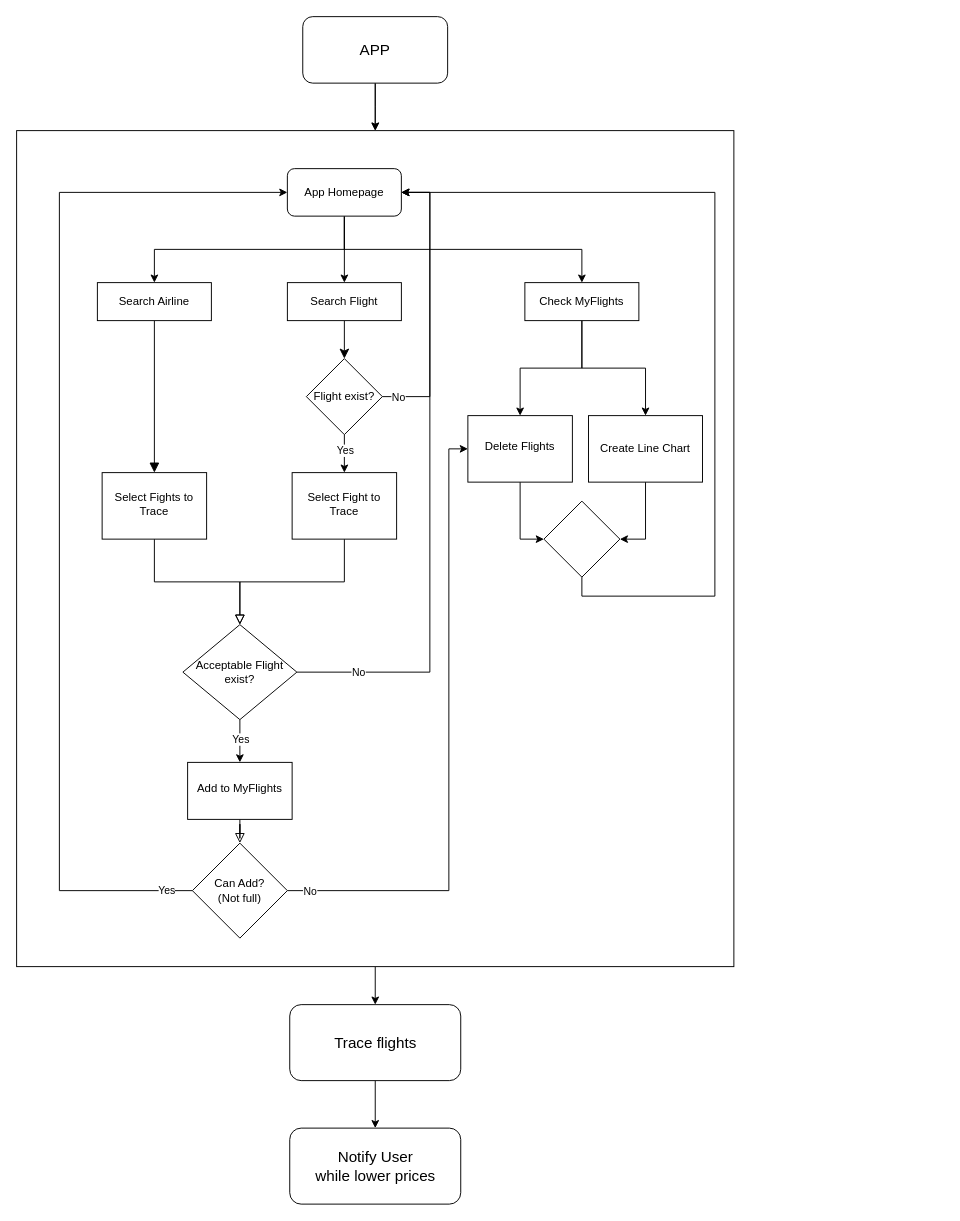
CY-Marowak/FlightTicketProject keeps this draw.io diagram as FlightTicket_flow.drawio. Above is the earlier version. Source tidied: cells renumbered, new cells numbered last; positions are measured from the earlier drawing's top-left corner, leaving out a move shared by most shapes. Both pictures are drawn from the tidied source at 95%, with x=0, y=0 at pixel (16, 16).
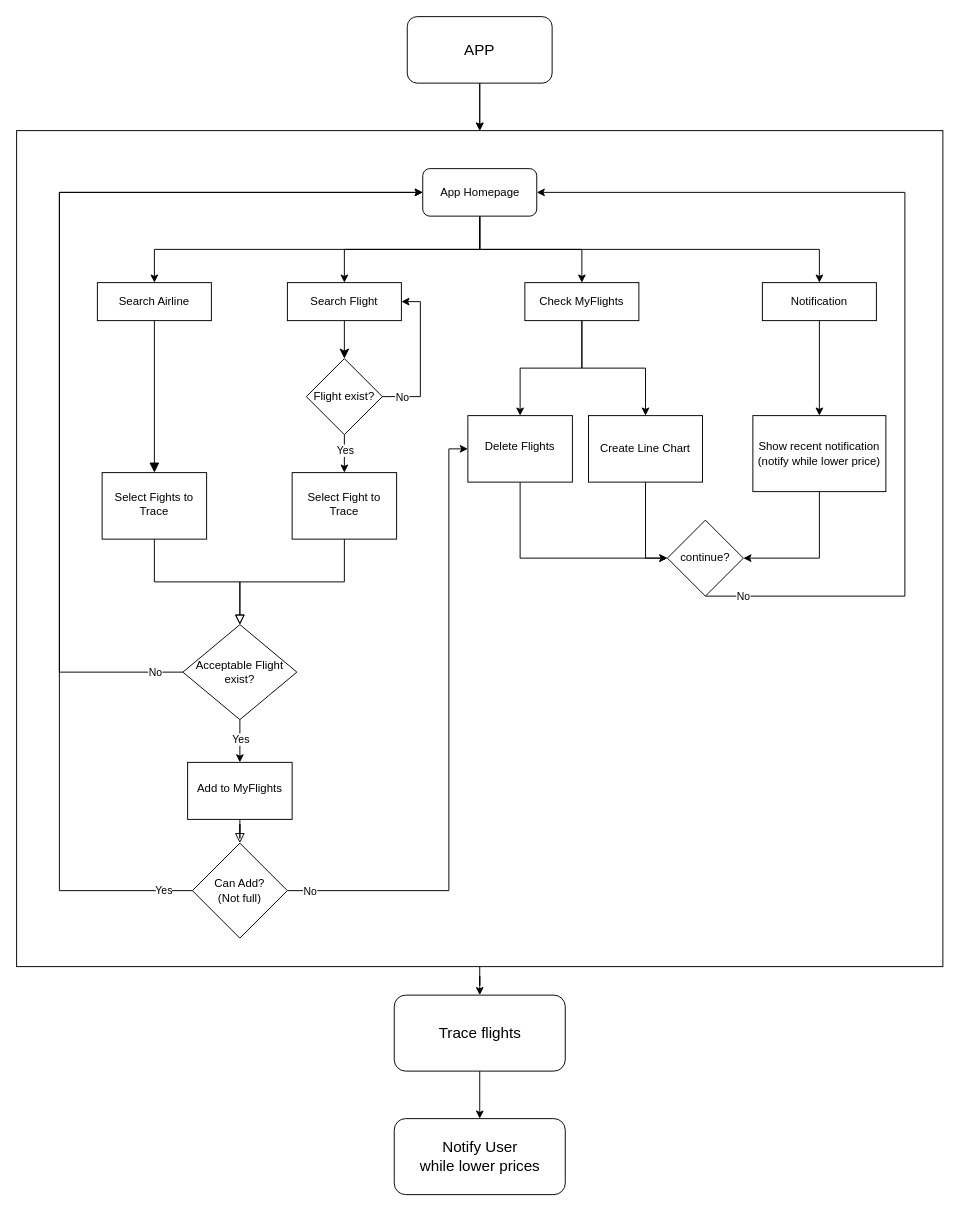
The same page after the edit.

The change refers to these unchanged cells:
```xml
<mxCell id="13" value="Search Flight" style="rounded=0;whiteSpace=wrap;html=1;fontSize=12;glass=0;strokeWidth=1;shadow=0;" parent="1" vertex="1">
  <mxGeometry x="285" y="280" width="120" height="40" as="geometry" />
</mxCell>
<mxCell id="24" value="Flight exist?" style="rhombus;whiteSpace=wrap;html=1;" parent="1" vertex="1">
  <mxGeometry x="305" y="360" width="80" height="80" as="geometry" />
</mxCell>
<mxCell id="29" value="Acceptable Flight exist?" style="rhombus;whiteSpace=wrap;html=1;" parent="1" vertex="1">
  <mxGeometry x="175" y="640" width="120" height="100" as="geometry" />
</mxCell>
<mxCell id="45" value="Create Line Chart" style="rounded=0;whiteSpace=wrap;html=1;" parent="1" vertex="1">
  <mxGeometry x="602" y="420" width="120" height="70" as="geometry" />
</mxCell>
```

Diff of the diagram source:
```diff
@@
     <mxCell id="3" style="rounded=0;whiteSpace=wrap;html=1;" parent="1" vertex="1">
-      <mxGeometry y="120" width="755" height="880" as="geometry" />
+      <mxGeometry y="120" width="975" height="880" as="geometry" />
     </mxCell>
@@
     <mxCell id="11" value="&lt;font style=&quot;font-size: 16px;&quot;&gt;Trace flights&lt;/font&gt;" style="rounded=1;whiteSpace=wrap;html=1;fontSize=12;glass=0;strokeWidth=1;shadow=0;" parent="1" vertex="1">
-      <mxGeometry x="287.5" y="1040" width="180" height="80" as="geometry" />
+      <mxGeometry x="397.5" y="1030" width="180" height="80" as="geometry" />
     </mxCell>
@@
+    <mxCell id="48" style="edgeStyle=orthogonalEdgeStyle;rounded=0;jettySize=auto;html=1;exitX=0.5;exitY=1;exitDx=0;exitDy=0;entryX=0.5;entryY=0;entryDx=0;entryDy=0;" parent="1" edge="1" source="19" target="54">
+      <mxGeometry relative="1" as="geometry" />
+    </mxCell>
     <mxCell id="19" value="App Homepage" style="rounded=1;whiteSpace=wrap;html=1;fontSize=12;glass=0;strokeWidth=1;shadow=0;" parent="1" vertex="1">
-      <mxGeometry x="285" y="160" width="120" height="50" as="geometry" />
+      <mxGeometry x="427.5" y="160" width="120" height="50" as="geometry" />
     </mxCell>
@@
-    <mxCell id="22" style="edgeStyle=orthogonalEdgeStyle;rounded=0;jettySize=auto;html=1;exitX=1;exitY=0.5;exitDx=0;exitDy=0;entryX=1;entryY=0.5;entryDx=0;entryDy=0;" parent="1" edge="1" source="24" target="19">
-      <mxGeometry relative="1" as="geometry">
-        <Array as="points">
-          <mxPoint x="435" y="400" />
-          <mxPoint x="435" y="185" />
-        </Array>
-      </mxGeometry>
-    </mxCell>
-    <mxCell id="23" value="No" style="edgeLabel;html=1;align=center;verticalAlign=middle;" parent="22" vertex="1">
-      <mxGeometry x="-0.89" relative="1" as="geometry" />
-    </mxCell>
+    <mxCell id="49" style="edgeStyle=orthogonalEdgeStyle;rounded=0;jettySize=auto;html=1;exitX=1;exitY=0.5;exitDx=0;exitDy=0;entryX=1;entryY=0.5;entryDx=0;entryDy=0;" parent="1" edge="1" source="24" target="13">
+      <mxGeometry relative="1" as="geometry">
+        <Array as="points">
+          <mxPoint x="425" y="400" />
+          <mxPoint x="425" y="300" />
+        </Array>
+      </mxGeometry>
+    </mxCell>
+    <mxCell id="50" value="No" style="edgeLabel;html=1;align=center;verticalAlign=middle;" parent="49" vertex="1">
+      <mxGeometry x="-0.77" y="-1" relative="1" as="geometry">
+        <mxPoint x="2" y="-1" as="offset" />
+      </mxGeometry>
+    </mxCell>
@@
-    <mxCell id="25" style="edgeStyle=orthogonalEdgeStyle;rounded=0;jettySize=auto;html=1;exitX=1;exitY=0.5;exitDx=0;exitDy=0;entryX=1;entryY=0.5;entryDx=0;entryDy=0;" parent="1" edge="1" source="29" target="19">
-      <mxGeometry relative="1" as="geometry">
-        <Array as="points">
-          <mxPoint x="435" y="690" />
-          <mxPoint x="435" y="185" />
-        </Array>
-      </mxGeometry>
-    </mxCell>
-    <mxCell id="26" value="No" style="edgeLabel;html=1;align=center;verticalAlign=middle;" parent="25" vertex="1">
-      <mxGeometry x="-0.86" y="1" relative="1" as="geometry">
-        <mxPoint x="17" y="1" as="offset" />
-      </mxGeometry>
-    </mxCell>
@@
+    <mxCell id="25" style="edgeStyle=orthogonalEdgeStyle;rounded=0;jettySize=auto;html=1;exitX=0;exitY=0.5;exitDx=0;exitDy=0;entryX=0;entryY=0.5;entryDx=0;entryDy=0;" parent="1" edge="1" source="29" target="19">
+      <mxGeometry relative="1" as="geometry">
+        <Array as="points">
+          <mxPoint x="45" y="690" />
+          <mxPoint x="45" y="185" />
+        </Array>
+      </mxGeometry>
+    </mxCell>
+    <mxCell id="51" value="No" style="edgeLabel;html=1;align=center;verticalAlign=middle;" parent="25" vertex="1">
+      <mxGeometry x="-0.93" y="2" relative="1" as="geometry">
+        <mxPoint x="6" y="-2" as="offset" />
+      </mxGeometry>
+    </mxCell>
@@
     <mxCell id="42" value="&lt;font style=&quot;font-size: 16px;&quot;&gt;APP&lt;/font&gt;" style="rounded=1;whiteSpace=wrap;html=1;" parent="1" vertex="1">
-      <mxGeometry x="301.2" width="152.5" height="70" as="geometry" />
+      <mxGeometry x="411.2" width="152.5" height="70" as="geometry" />
     </mxCell>
     <mxCell id="43" value="&lt;font style=&quot;font-size: 16px;&quot;&gt;Notify User&lt;/font&gt;&lt;div&gt;&lt;font style=&quot;font-size: 16px;&quot;&gt;while lower prices&lt;/font&gt;&lt;/div&gt;" style="rounded=1;whiteSpace=wrap;html=1;fontSize=12;glass=0;strokeWidth=1;shadow=0;" parent="1" vertex="1">
-      <mxGeometry x="287.5" y="1170" width="180" height="80" as="geometry" />
+      <mxGeometry x="397.5" y="1160" width="180" height="80" as="geometry" />
     </mxCell>
-    <mxCell id="44" style="edgeStyle=orthogonalEdgeStyle;rounded=0;jettySize=auto;html=1;exitX=0.5;exitY=1;exitDx=0;exitDy=0;entryX=1;entryY=0.5;entryDx=0;entryDy=0;" parent="1" edge="1" source="45" target="47">
+    <mxCell id="44" style="edgeStyle=orthogonalEdgeStyle;rounded=0;jettySize=auto;html=1;exitX=0.5;exitY=1;exitDx=0;exitDy=0;entryX=0;entryY=0.5;entryDx=0;entryDy=0;" parent="1" edge="1" source="45" target="47">
       <mxGeometry relative="1" as="geometry" />
     </mxCell>
@@
     <mxCell id="46" style="edgeStyle=orthogonalEdgeStyle;rounded=0;jettySize=auto;html=1;exitX=0.5;exitY=1;exitDx=0;exitDy=0;entryX=1;entryY=0.5;entryDx=0;entryDy=0;" parent="1" edge="1" source="47" target="19">
       <mxGeometry relative="1" as="geometry">
         <Array as="points">
-          <mxPoint x="595" y="610" />
-          <mxPoint x="735" y="610" />
-          <mxPoint x="735" y="185" />
+          <mxPoint x="935" y="610" />
+          <mxPoint x="935" y="185" />
         </Array>
       </mxGeometry>
     </mxCell>
+    <mxCell id="52" value="No" style="edgeLabel;html=1;align=center;verticalAlign=middle;" parent="46" vertex="1">
+      <mxGeometry x="-0.98" y="-4" relative="1" as="geometry">
+        <mxPoint x="29" y="-4" as="offset" />
+      </mxGeometry>
+    </mxCell>
-    <mxCell id="47" style="rhombus;whiteSpace=wrap;html=1;" parent="1" vertex="1">
-      <mxGeometry x="555" y="510" width="80" height="80" as="geometry" />
+    <mxCell id="47" value="continue?" style="rhombus;whiteSpace=wrap;html=1;" parent="1" vertex="1">
+      <mxGeometry x="685" y="530" width="80" height="80" as="geometry" />
     </mxCell>
+    <mxCell id="53" style="edgeStyle=orthogonalEdgeStyle;rounded=0;jettySize=auto;html=1;exitX=0.5;exitY=1;exitDx=0;exitDy=0;entryX=0.5;entryY=0;entryDx=0;entryDy=0;" parent="1" edge="1" source="54" target="56">
+      <mxGeometry relative="1" as="geometry" />
+    </mxCell>
+    <mxCell id="54" value="Notification" style="rounded=0;whiteSpace=wrap;html=1;" parent="1" vertex="1">
+      <mxGeometry x="785" y="280" width="120" height="40" as="geometry" />
+    </mxCell>
+    <mxCell id="55" style="edgeStyle=orthogonalEdgeStyle;rounded=0;jettySize=auto;html=1;exitX=0.5;exitY=1;exitDx=0;exitDy=0;entryX=1;entryY=0.5;entryDx=0;entryDy=0;" parent="1" edge="1" source="56" target="47">
+      <mxGeometry relative="1" as="geometry" />
+    </mxCell>
+    <mxCell id="56" value="Show recent notification&lt;div&gt;(notify while lower price)&lt;/div&gt;" style="rounded=0;whiteSpace=wrap;html=1;" parent="1" vertex="1">
+      <mxGeometry x="775" y="420" width="140" height="80" as="geometry" />
+    </mxCell>
```
